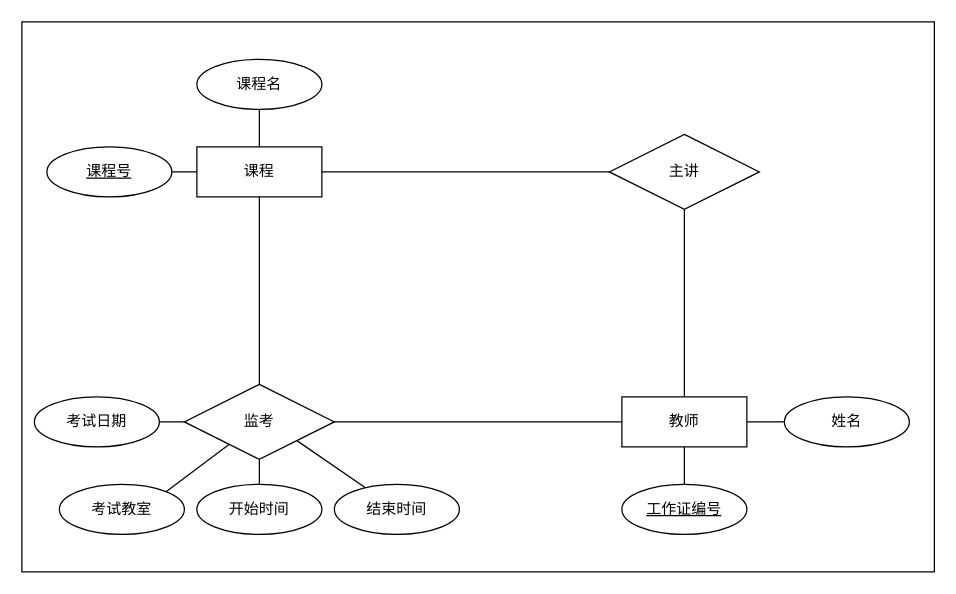
The draw.io diagram 数据管理基础homework3-4.1 E-R模型图.drawio in hu19891213/image, before the edit. Source tidied: cells renumbered, new cells numbered last; positions are measured from the earlier drawing's top-left corner, leaving out a move shared by most shapes. Both pictures are drawn from the tidied source at 125%, with x=0, y=0 at pixel (21, 21).
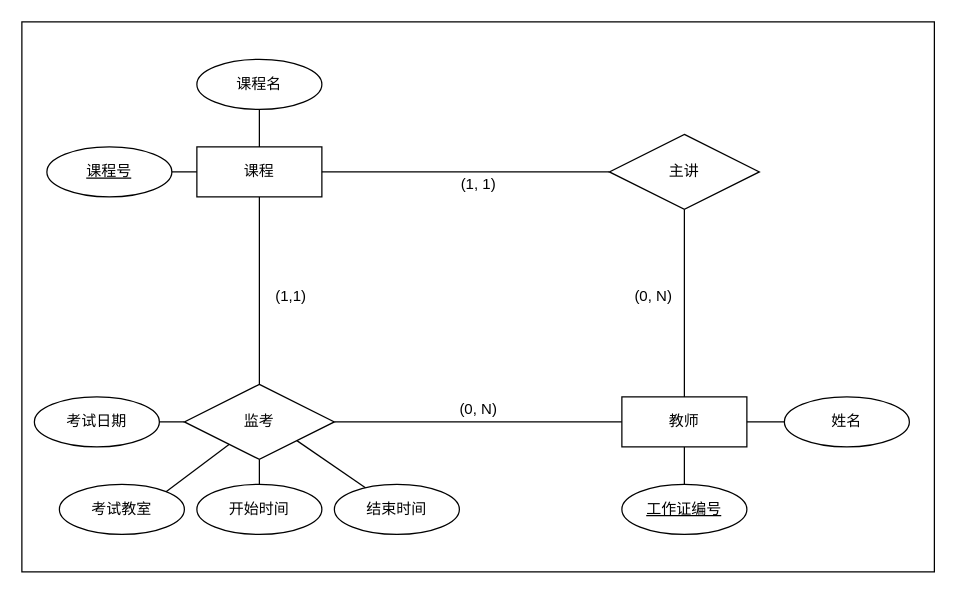
After the change.

Commit message (it also covers changes not shown here):
更新数据管理基础homework3-4.1 E-R模型图.drawio

Change to the diagram source:
```diff
@@
+    <mxCell id="27" value="(0, N)" style="text;html=1;align=center;verticalAlign=middle;fillColor=none;strokeColor=none;rounded=0;" parent="1" vertex="1">
+      <mxGeometry x="340" y="300" width="50" height="20" as="geometry" />
+    </mxCell>
+    <mxCell id="28" value="(0, N)" style="text;html=1;align=center;verticalAlign=middle;fillColor=none;strokeColor=none;rounded=0;" parent="1" vertex="1">
+      <mxGeometry x="480" y="210" width="50" height="20" as="geometry" />
+    </mxCell>
+    <mxCell id="29" value="(1, 1)" style="text;html=1;align=center;verticalAlign=middle;fillColor=none;strokeColor=none;rounded=0;" parent="1" vertex="1">
+      <mxGeometry x="345" y="120" width="40" height="20" as="geometry" />
+    </mxCell>
+    <mxCell id="30" value="(1,1)" style="text;html=1;align=center;verticalAlign=middle;fillColor=none;strokeColor=none;rounded=0;" parent="1" vertex="1">
+      <mxGeometry x="195" y="210" width="40" height="20" as="geometry" />
+    </mxCell>
```
